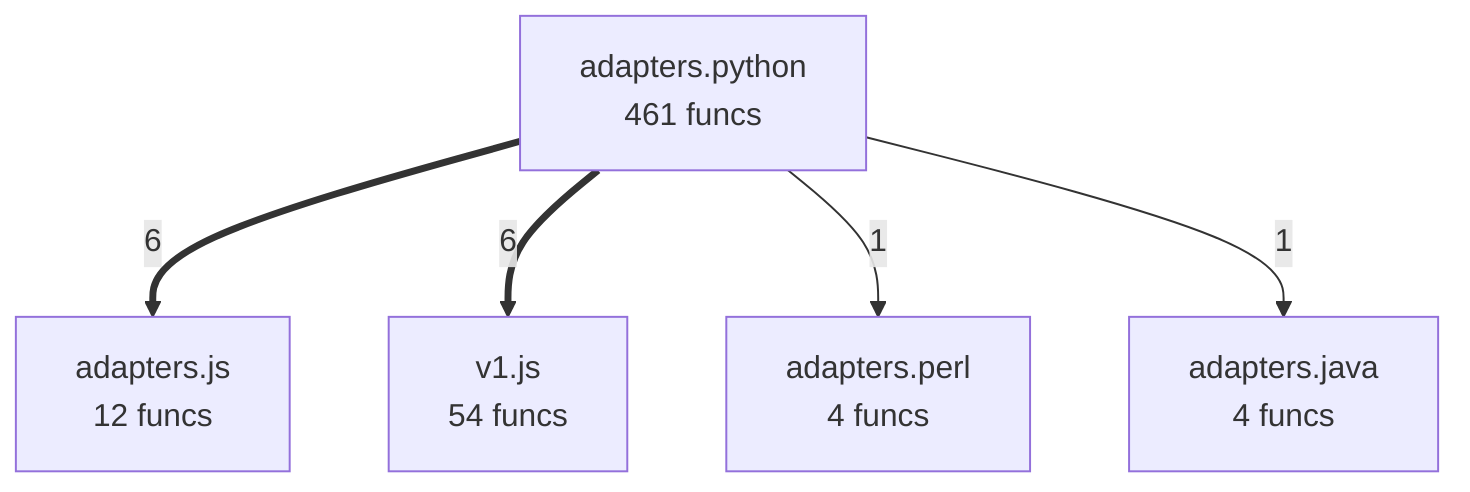
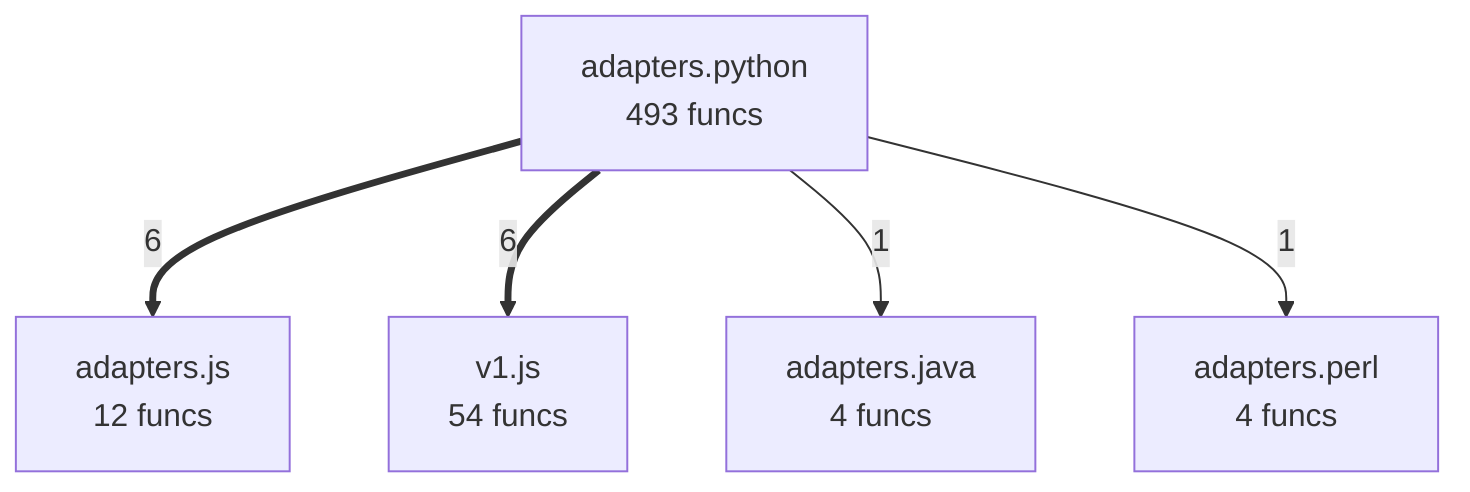
flowchart TD
%% generated in 0.01s
    adapters__java["adapters.java<br/>4 funcs"]
    adapters__js["adapters.js<br/>12 funcs"]
    adapters__perl["adapters.perl<br/>4 funcs"]
-     adapters__python["adapters.python<br/>461 funcs"]
+     adapters__python["adapters.python<br/>493 funcs"]
    v1__js["v1.js<br/>54 funcs"]
    adapters__python ==>|6| adapters__js
    adapters__python ==>|6| v1__js
+     adapters__python -->|1| adapters__java
    adapters__python -->|1| adapters__perl
-     adapters__python -->|1| adapters__java
